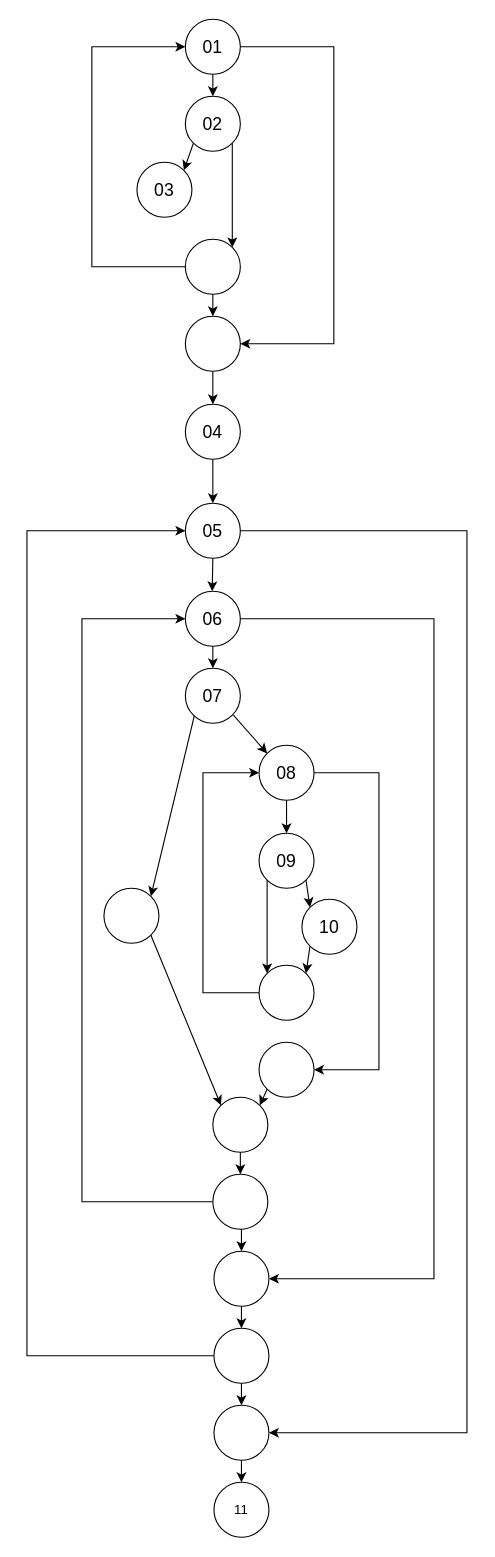
This is Softwaretechnik/7.1.a.drawio from wenont/HA, a draw.io file, before an edit. Source tidied: cells renumbered, new cells numbered last; positions are measured from the earlier drawing's top-left corner, leaving out a move shared by most shapes. Both pictures are drawn from the tidied source at 110%, with x=0, y=0 at pixel (26, 19).
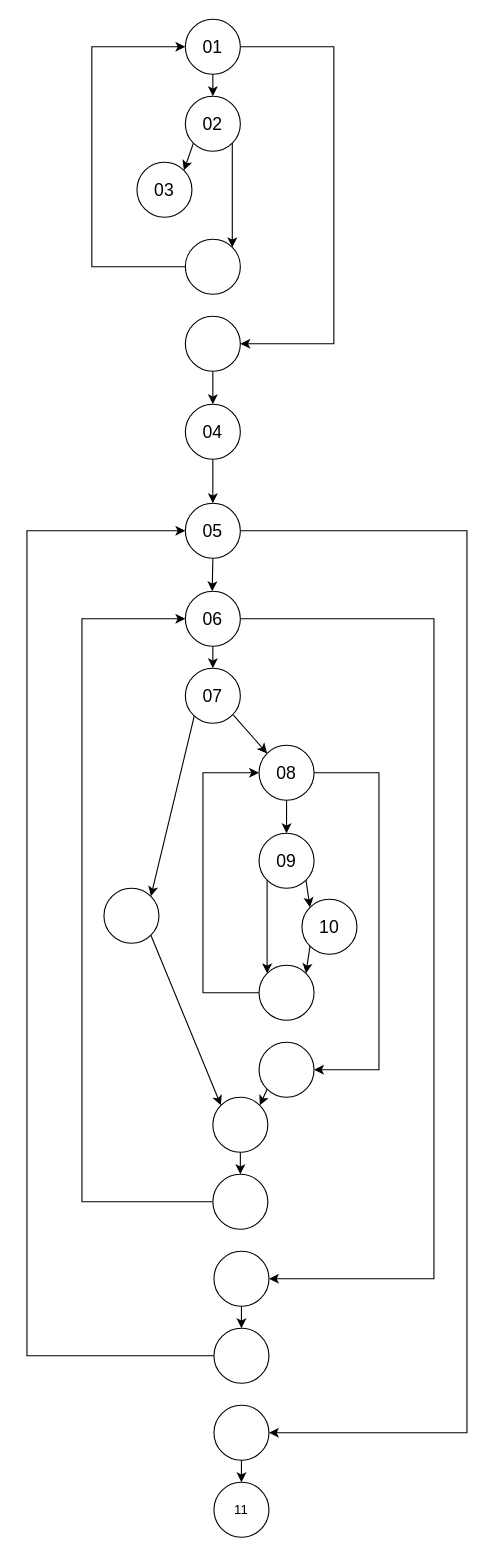
The same diagram, later.

The change refers to these unchanged cells:
```xml
<mxCell id="10" style="ellipse;whiteSpace=wrap;html=1;" parent="1" vertex="1">
  <mxGeometry x="144" y="270" width="50" height="50" as="geometry" />
</mxCell>
<mxCell id="12" style="ellipse;whiteSpace=wrap;html=1;" parent="1" vertex="1">
  <mxGeometry x="144" y="200" width="50" height="50" as="geometry" />
</mxCell>
<mxCell id="43" style="ellipse;whiteSpace=wrap;html=1;" parent="1" vertex="1">
  <mxGeometry x="169" y="1050" width="50" height="50" as="geometry" />
</mxCell>
<mxCell id="45" style="ellipse;whiteSpace=wrap;html=1;" parent="1" vertex="1">
  <mxGeometry x="170" y="1120" width="50" height="50" as="geometry" />
</mxCell>
<mxCell id="48" style="ellipse;whiteSpace=wrap;html=1;" parent="1" vertex="1">
  <mxGeometry x="170" y="1190" width="50" height="50" as="geometry" />
</mxCell>
<mxCell id="50" style="ellipse;whiteSpace=wrap;html=1;" parent="1" vertex="1">
  <mxGeometry x="170" y="1260" width="50" height="50" as="geometry" />
</mxCell>
```

Diff of the diagram source:
```diff
@@
-    <mxCell id="11" style="edgeStyle=none;rounded=0;jettySize=auto;html=1;exitX=0.5;exitY=1;exitDx=0;exitDy=0;entryX=0.5;entryY=0;entryDx=0;entryDy=0;" parent="1" edge="1" source="12" target="10">
-      <mxGeometry relative="1" as="geometry" />
-    </mxCell>
@@
-    <mxCell id="42" style="edgeStyle=orthogonalEdgeStyle;rounded=0;jettySize=auto;html=1;exitX=0.5;exitY=1;exitDx=0;exitDy=0;entryX=0.5;entryY=0;entryDx=0;entryDy=0;" parent="1" edge="1" source="43" target="45">
-      <mxGeometry relative="1" as="geometry" />
-    </mxCell>
@@
-    <mxCell id="47" style="edgeStyle=orthogonalEdgeStyle;rounded=0;jettySize=auto;html=1;exitX=0.5;exitY=1;exitDx=0;exitDy=0;entryX=0.5;entryY=0;entryDx=0;entryDy=0;" parent="1" edge="1" source="48" target="50">
-      <mxGeometry relative="1" as="geometry" />
-    </mxCell>
```
